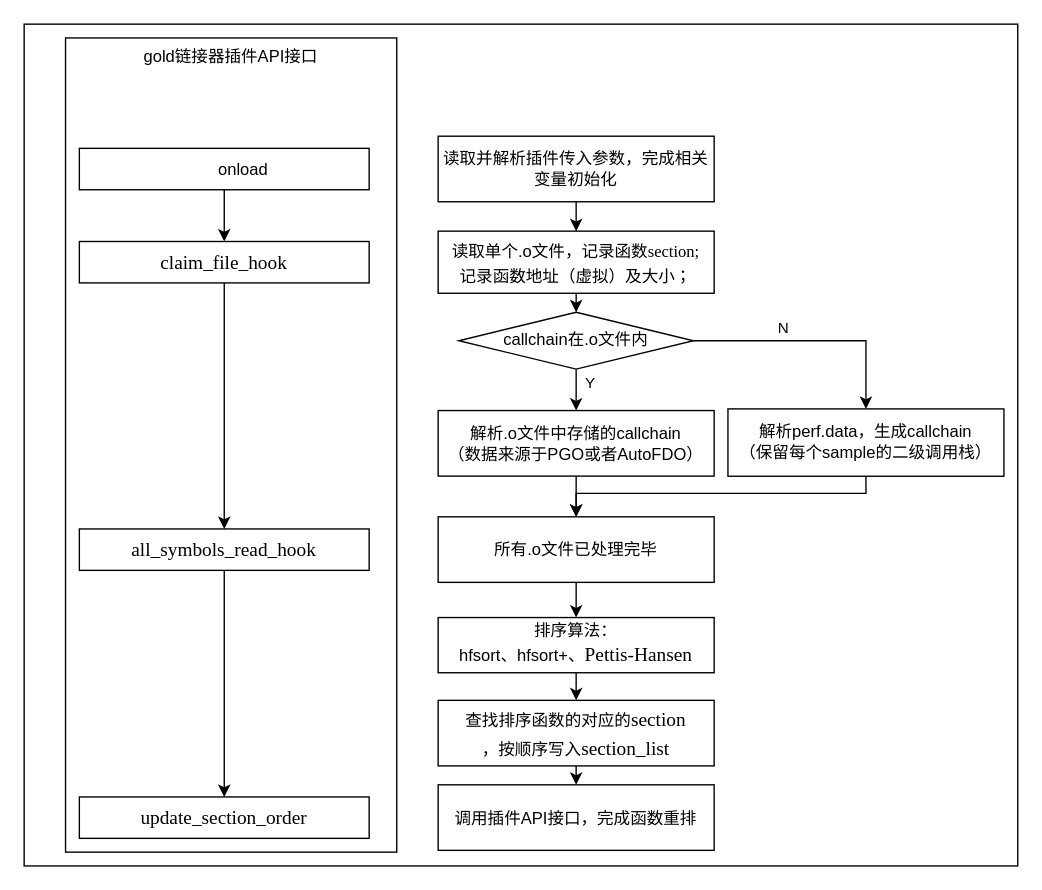
ijinma/blog keeps this draw.io diagram as Untitled Diagram.drawio. Above is the earlier version. Source tidied: cells renumbered, new cells numbered last; positions are measured from the earlier drawing's top-left corner, leaving out a move shared by most shapes. Both pictures are drawn from the tidied source at 138%, with x=0, y=0 at pixel (23, 23).
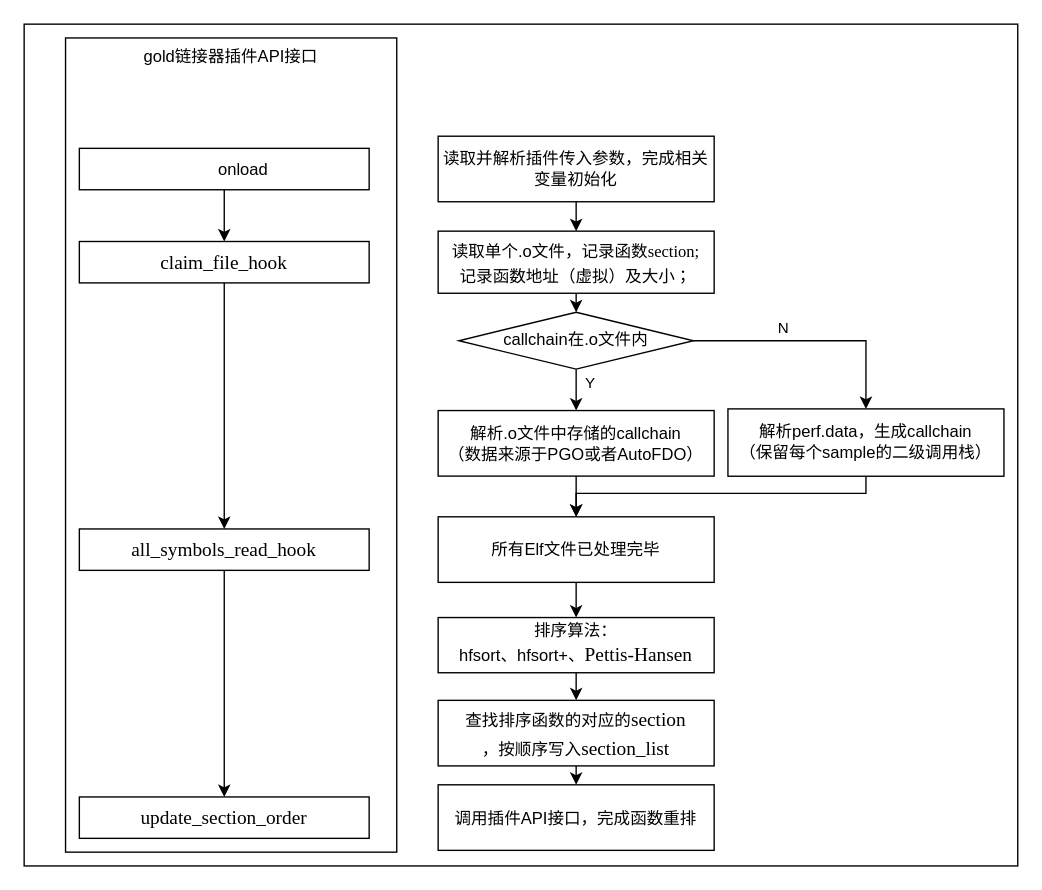
The same page after the edit.

The edit, as a diff of the source:
```diff
@@
-    <mxCell id="11" value="所有.o文件已处理完毕" style="rounded=0;whiteSpace=wrap;html=1;align=center;" parent="1" vertex="1">
+    <mxCell id="11" value="所有Elf文件已处理完毕" style="rounded=0;whiteSpace=wrap;html=1;align=center;" parent="1" vertex="1">
       <mxGeometry x="300" y="357" width="200" height="47.5" as="geometry" />
     </mxCell>
```
